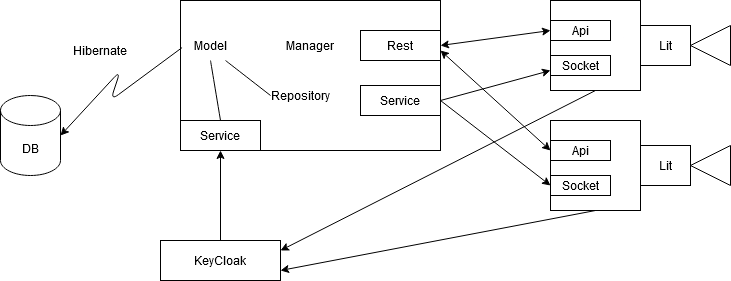
This is revealjs_referat/img/architektur.png from MattiasWolfslehner/creative-mind, a draw.io export, as it was before one commit. Source tidied: cells renumbered, new cells last; positions are measured from the earlier drawing's top-left corner, leaving out a move shared by most shapes. The source it was exported from:
```xml
<mxGraphModel>
  <root>
    <mxCell id="0" />
    <mxCell id="1" parent="0" />
    <mxCell id="2" value="&lt;div&gt;DB&lt;/div&gt;" style="shape=cylinder3;whiteSpace=wrap;html=1;boundedLbl=1;backgroundOutline=1;size=15;" parent="1" vertex="1">
      <mxGeometry y="95" width="60" height="80" as="geometry" />
    </mxCell>
    <mxCell id="3" style="rounded=0;whiteSpace=wrap;html=1;" parent="1" vertex="1">
      <mxGeometry x="180" width="260" height="150" as="geometry" />
    </mxCell>
    <mxCell id="4" value="Service" style="rounded=0;whiteSpace=wrap;html=1;" parent="1" vertex="1">
      <mxGeometry x="180" y="120" width="80" height="30" as="geometry" />
    </mxCell>
    <mxCell id="5" value="Rest" style="rounded=0;whiteSpace=wrap;html=1;" parent="1" vertex="1">
      <mxGeometry x="360" y="30" width="80" height="30" as="geometry" />
    </mxCell>
    <mxCell id="6" value="Service" style="rounded=0;whiteSpace=wrap;html=1;" parent="1" vertex="1">
      <mxGeometry x="360" y="85" width="80" height="30" as="geometry" />
    </mxCell>
    <mxCell id="7" value="Model" style="text;html=1;align=center;verticalAlign=middle;whiteSpace=wrap;rounded=0;" parent="1" vertex="1">
      <mxGeometry x="180" y="30" width="60" height="30" as="geometry" />
    </mxCell>
    <mxCell id="8" value="Manager" style="text;html=1;align=center;verticalAlign=middle;whiteSpace=wrap;rounded=0;" parent="1" vertex="1">
      <mxGeometry x="280" y="30" width="60" height="30" as="geometry" />
    </mxCell>
    <mxCell id="9" value="Repository" style="text;html=1;align=center;verticalAlign=middle;whiteSpace=wrap;rounded=0;" parent="1" vertex="1">
      <mxGeometry x="270" y="80" width="60" height="30" as="geometry" />
    </mxCell>
    <mxCell id="10" value="KeyCloak" style="rounded=0;whiteSpace=wrap;html=1;" parent="1" vertex="1">
      <mxGeometry x="160" y="240" width="120" height="40" as="geometry" />
    </mxCell>
    <mxCell id="11" style="whiteSpace=wrap;html=1;direction=south;" parent="1" vertex="1">
      <mxGeometry x="550" width="90" height="90" as="geometry" />
    </mxCell>
    <mxCell id="12" value="Socket" style="rounded=0;whiteSpace=wrap;html=1;" parent="1" vertex="1">
      <mxGeometry x="550" y="55" width="60" height="20" as="geometry" />
    </mxCell>
    <mxCell id="13" value="Api" style="rounded=0;whiteSpace=wrap;html=1;" parent="1" vertex="1">
      <mxGeometry x="550" y="20" width="60" height="20" as="geometry" />
    </mxCell>
    <mxCell id="14" value="Lit" style="rounded=0;whiteSpace=wrap;html=1;" parent="1" vertex="1">
      <mxGeometry x="640" y="25" width="50" height="40" as="geometry" />
    </mxCell>
    <mxCell id="15" style="triangle;whiteSpace=wrap;html=1;rotation=-180;" parent="1" vertex="1">
      <mxGeometry x="690" y="25" width="40" height="40" as="geometry" />
    </mxCell>
    <mxCell id="16" style="whiteSpace=wrap;html=1;direction=south;" parent="1" vertex="1">
      <mxGeometry x="550" y="120" width="90" height="90" as="geometry" />
    </mxCell>
    <mxCell id="17" value="Socket" style="rounded=0;whiteSpace=wrap;html=1;" parent="1" vertex="1">
      <mxGeometry x="550" y="175" width="60" height="20" as="geometry" />
    </mxCell>
    <mxCell id="18" value="Api" style="rounded=0;whiteSpace=wrap;html=1;" parent="1" vertex="1">
      <mxGeometry x="550" y="140" width="60" height="20" as="geometry" />
    </mxCell>
    <mxCell id="19" value="Lit" style="rounded=0;whiteSpace=wrap;html=1;" parent="1" vertex="1">
      <mxGeometry x="640" y="145" width="50" height="40" as="geometry" />
    </mxCell>
    <mxCell id="20" style="triangle;whiteSpace=wrap;html=1;rotation=-180;" parent="1" vertex="1">
      <mxGeometry x="690" y="145" width="40" height="40" as="geometry" />
    </mxCell>
    <mxCell id="21" style="curved=0;endArrow=classic;html=1;rounded=1;exitX=0.006;exitY=0.314;exitDx=0;exitDy=0;exitPerimeter=0;entryX=1;entryY=0.5;entryDx=0;entryDy=0;entryPerimeter=0;" parent="1" edge="1" source="3" target="2">
      <mxGeometry relative="1" as="geometry">
        <Array as="points">
          <mxPoint x="110" y="100" />
          <mxPoint x="120" y="70" />
        </Array>
      </mxGeometry>
    </mxCell>
    <mxCell id="22" value="Hibernate" style="text;html=1;align=center;verticalAlign=middle;whiteSpace=wrap;rounded=0;" parent="1" vertex="1">
      <mxGeometry x="70" y="35" width="60" height="30" as="geometry" />
    </mxCell>
    <mxCell id="23" style="endArrow=classic;html=1;rounded=0;exitX=0.5;exitY=0;exitDx=0;exitDy=0;entryX=0.5;entryY=1;entryDx=0;entryDy=0;" parent="1" edge="1" source="10" target="4">
      <mxGeometry relative="1" as="geometry" />
    </mxCell>
    <mxCell id="24" style="endArrow=classic;html=1;rounded=0;exitX=1;exitY=0.5;exitDx=0;exitDy=0;entryX=1;entryY=0.75;entryDx=0;entryDy=0;" parent="1" edge="1" source="16" target="10">
      <mxGeometry relative="1" as="geometry" />
    </mxCell>
    <mxCell id="25" style="endArrow=classic;html=1;rounded=0;exitX=1;exitY=0.5;exitDx=0;exitDy=0;entryX=1;entryY=0.25;entryDx=0;entryDy=0;" parent="1" edge="1" source="11" target="10">
      <mxGeometry relative="1" as="geometry" />
    </mxCell>
    <mxCell id="26" style="endArrow=none;html=1;rounded=0;curved=1;exitX=0.75;exitY=1;exitDx=0;exitDy=0;entryX=0;entryY=0.5;entryDx=0;entryDy=0;" parent="1" edge="1" source="7" target="9">
      <mxGeometry relative="1" as="geometry" />
    </mxCell>
    <mxCell id="27" style="endArrow=none;html=1;rounded=0;curved=1;exitX=0.5;exitY=1;exitDx=0;exitDy=0;entryX=0.5;entryY=0;entryDx=0;entryDy=0;" parent="1" edge="1" source="7" target="4">
      <mxGeometry relative="1" as="geometry" />
    </mxCell>
    <mxCell id="28" style="endArrow=classic;html=1;rounded=0;entryX=0;entryY=0.75;entryDx=0;entryDy=0;exitX=1;exitY=0.5;exitDx=0;exitDy=0;" parent="1" edge="1" source="6" target="12">
      <mxGeometry relative="1" as="geometry" />
    </mxCell>
    <mxCell id="29" style="endArrow=classic;html=1;rounded=0;entryX=0;entryY=0.5;entryDx=0;entryDy=0;exitX=1;exitY=0.5;exitDx=0;exitDy=0;" parent="1" edge="1" source="6" target="17">
      <mxGeometry relative="1" as="geometry" />
    </mxCell>
    <mxCell id="30" style="endArrow=classic;startArrow=classic;html=1;rounded=0;entryX=0;entryY=0.5;entryDx=0;entryDy=0;exitX=1;exitY=0.5;exitDx=0;exitDy=0;" parent="1" edge="1" source="5" target="13">
      <mxGeometry relative="1" as="geometry" />
    </mxCell>
    <mxCell id="31" style="endArrow=classic;startArrow=classic;html=1;rounded=0;" parent="1" edge="1">
      <mxGeometry relative="1" as="geometry">
        <mxPoint x="440" y="50" as="sourcePoint" />
        <mxPoint x="550" y="150" as="targetPoint" />
      </mxGeometry>
    </mxCell>
  </root>
</mxGraphModel>
```
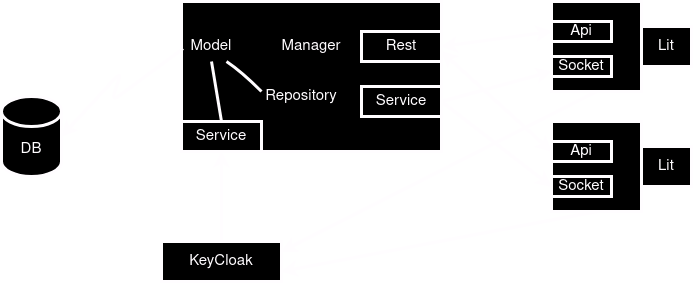
After the change.

Change to the diagram source:
```diff
@@ -2,64 +2,58 @@
   <root>
     <mxCell id="0" />
     <mxCell id="1" parent="0" />
-    <mxCell id="2" value="&lt;div&gt;DB&lt;/div&gt;" style="shape=cylinder3;whiteSpace=wrap;html=1;boundedLbl=1;backgroundOutline=1;size=15;" parent="1" vertex="1">
+    <mxCell id="2" value="&lt;div&gt;DB&lt;/div&gt;" style="shape=cylinder3;whiteSpace=wrap;html=1;boundedLbl=1;backgroundOutline=1;size=15;strokeWidth=3;fontSize=15;" parent="1" vertex="1">
       <mxGeometry y="95" width="60" height="80" as="geometry" />
     </mxCell>
-    <mxCell id="3" style="rounded=0;whiteSpace=wrap;html=1;" parent="1" vertex="1">
+    <mxCell id="3" style="rounded=0;whiteSpace=wrap;html=1;strokeWidth=3;fontSize=15;" parent="1" vertex="1">
       <mxGeometry x="180" width="260" height="150" as="geometry" />
     </mxCell>
-    <mxCell id="4" value="Service" style="rounded=0;whiteSpace=wrap;html=1;" parent="1" vertex="1">
+    <mxCell id="4" value="Service" style="rounded=0;whiteSpace=wrap;html=1;strokeWidth=3;fontSize=15;" parent="1" vertex="1">
       <mxGeometry x="180" y="120" width="80" height="30" as="geometry" />
     </mxCell>
-    <mxCell id="5" value="Rest" style="rounded=0;whiteSpace=wrap;html=1;" parent="1" vertex="1">
+    <mxCell id="5" value="Rest" style="rounded=0;whiteSpace=wrap;html=1;strokeWidth=3;fontSize=15;" parent="1" vertex="1">
       <mxGeometry x="360" y="30" width="80" height="30" as="geometry" />
     </mxCell>
-    <mxCell id="6" value="Service" style="rounded=0;whiteSpace=wrap;html=1;" parent="1" vertex="1">
+    <mxCell id="6" value="Service" style="rounded=0;whiteSpace=wrap;html=1;strokeWidth=3;fontSize=15;" parent="1" vertex="1">
       <mxGeometry x="360" y="85" width="80" height="30" as="geometry" />
     </mxCell>
-    <mxCell id="7" value="Model" style="text;html=1;align=center;verticalAlign=middle;whiteSpace=wrap;rounded=0;" parent="1" vertex="1">
+    <mxCell id="7" value="Model" style="text;html=1;align=center;verticalAlign=middle;whiteSpace=wrap;rounded=0;strokeWidth=3;fontSize=15;" parent="1" vertex="1">
       <mxGeometry x="180" y="30" width="60" height="30" as="geometry" />
     </mxCell>
-    <mxCell id="8" value="Manager" style="text;html=1;align=center;verticalAlign=middle;whiteSpace=wrap;rounded=0;" parent="1" vertex="1">
+    <mxCell id="8" value="Manager" style="text;html=1;align=center;verticalAlign=middle;whiteSpace=wrap;rounded=0;strokeWidth=3;fontSize=15;" parent="1" vertex="1">
       <mxGeometry x="280" y="30" width="60" height="30" as="geometry" />
     </mxCell>
-    <mxCell id="9" value="Repository" style="text;html=1;align=center;verticalAlign=middle;whiteSpace=wrap;rounded=0;" parent="1" vertex="1">
+    <mxCell id="9" value="Repository" style="text;html=1;align=center;verticalAlign=middle;whiteSpace=wrap;rounded=0;strokeWidth=3;fontSize=15;" parent="1" vertex="1">
       <mxGeometry x="270" y="80" width="60" height="30" as="geometry" />
     </mxCell>
-    <mxCell id="10" value="KeyCloak" style="rounded=0;whiteSpace=wrap;html=1;" parent="1" vertex="1">
+    <mxCell id="10" value="KeyCloak" style="rounded=0;whiteSpace=wrap;html=1;strokeWidth=3;fontSize=15;" parent="1" vertex="1">
       <mxGeometry x="160" y="240" width="120" height="40" as="geometry" />
     </mxCell>
-    <mxCell id="11" style="whiteSpace=wrap;html=1;direction=south;" parent="1" vertex="1">
+    <mxCell id="11" style="whiteSpace=wrap;html=1;direction=south;strokeWidth=3;fontSize=15;" parent="1" vertex="1">
       <mxGeometry x="550" width="90" height="90" as="geometry" />
     </mxCell>
-    <mxCell id="12" value="Socket" style="rounded=0;whiteSpace=wrap;html=1;" parent="1" vertex="1">
+    <mxCell id="12" value="Socket" style="rounded=0;whiteSpace=wrap;html=1;strokeWidth=3;fontSize=15;" parent="1" vertex="1">
       <mxGeometry x="550" y="55" width="60" height="20" as="geometry" />
     </mxCell>
-    <mxCell id="13" value="Api" style="rounded=0;whiteSpace=wrap;html=1;" parent="1" vertex="1">
+    <mxCell id="13" value="Api" style="rounded=0;whiteSpace=wrap;html=1;strokeWidth=3;fontSize=15;" parent="1" vertex="1">
       <mxGeometry x="550" y="20" width="60" height="20" as="geometry" />
     </mxCell>
-    <mxCell id="14" value="Lit" style="rounded=0;whiteSpace=wrap;html=1;" parent="1" vertex="1">
+    <mxCell id="14" value="Lit" style="rounded=0;whiteSpace=wrap;html=1;strokeWidth=3;fontSize=15;" parent="1" vertex="1">
       <mxGeometry x="640" y="25" width="50" height="40" as="geometry" />
     </mxCell>
-    <mxCell id="15" style="triangle;whiteSpace=wrap;html=1;rotation=-180;" parent="1" vertex="1">
-      <mxGeometry x="690" y="25" width="40" height="40" as="geometry" />
-    </mxCell>
-    <mxCell id="16" style="whiteSpace=wrap;html=1;direction=south;" parent="1" vertex="1">
+    <mxCell id="16" style="whiteSpace=wrap;html=1;direction=south;strokeWidth=3;fontSize=15;" parent="1" vertex="1">
       <mxGeometry x="550" y="120" width="90" height="90" as="geometry" />
     </mxCell>
-    <mxCell id="17" value="Socket" style="rounded=0;whiteSpace=wrap;html=1;" parent="1" vertex="1">
+    <mxCell id="17" value="Socket" style="rounded=0;whiteSpace=wrap;html=1;strokeWidth=3;fontSize=15;" parent="1" vertex="1">
       <mxGeometry x="550" y="175" width="60" height="20" as="geometry" />
     </mxCell>
-    <mxCell id="18" value="Api" style="rounded=0;whiteSpace=wrap;html=1;" parent="1" vertex="1">
+    <mxCell id="18" value="Api" style="rounded=0;whiteSpace=wrap;html=1;strokeWidth=3;fontSize=15;" parent="1" vertex="1">
       <mxGeometry x="550" y="140" width="60" height="20" as="geometry" />
     </mxCell>
-    <mxCell id="19" value="Lit" style="rounded=0;whiteSpace=wrap;html=1;" parent="1" vertex="1">
+    <mxCell id="19" value="Lit" style="rounded=0;whiteSpace=wrap;html=1;strokeWidth=3;fontSize=15;" parent="1" vertex="1">
       <mxGeometry x="640" y="145" width="50" height="40" as="geometry" />
     </mxCell>
-    <mxCell id="20" style="triangle;whiteSpace=wrap;html=1;rotation=-180;" parent="1" vertex="1">
-      <mxGeometry x="690" y="145" width="40" height="40" as="geometry" />
-    </mxCell>
-    <mxCell id="21" style="curved=0;endArrow=classic;html=1;rounded=1;exitX=0.006;exitY=0.314;exitDx=0;exitDy=0;exitPerimeter=0;entryX=1;entryY=0.5;entryDx=0;entryDy=0;entryPerimeter=0;" parent="1" edge="1" source="3" target="2">
+    <mxCell id="21" style="curved=0;endArrow=classic;html=1;rounded=1;exitX=0.006;exitY=0.314;exitDx=0;exitDy=0;exitPerimeter=0;entryX=1;entryY=0.5;entryDx=0;entryDy=0;entryPerimeter=0;strokeWidth=3;fontSize=15;" parent="1" edge="1" source="3" target="2">
       <mxGeometry relative="1" as="geometry">
         <Array as="points">
           <mxPoint x="110" y="100" />
@@ -67,34 +61,36 @@
         </Array>
       </mxGeometry>
     </mxCell>
-    <mxCell id="22" value="Hibernate" style="text;html=1;align=center;verticalAlign=middle;whiteSpace=wrap;rounded=0;" parent="1" vertex="1">
-      <mxGeometry x="70" y="35" width="60" height="30" as="geometry" />
-    </mxCell>
-    <mxCell id="23" style="endArrow=classic;html=1;rounded=0;exitX=0.5;exitY=0;exitDx=0;exitDy=0;entryX=0.5;entryY=1;entryDx=0;entryDy=0;" parent="1" edge="1" source="10" target="4">
+    <mxCell id="23" style="endArrow=classic;html=1;rounded=0;exitX=0.5;exitY=0;exitDx=0;exitDy=0;entryX=0.5;entryY=1;entryDx=0;entryDy=0;strokeWidth=3;fontSize=15;" parent="1" edge="1" source="10" target="4">
       <mxGeometry relative="1" as="geometry" />
     </mxCell>
-    <mxCell id="24" style="endArrow=classic;html=1;rounded=0;exitX=1;exitY=0.5;exitDx=0;exitDy=0;entryX=1;entryY=0.75;entryDx=0;entryDy=0;" parent="1" edge="1" source="16" target="10">
+    <mxCell id="24" style="endArrow=classic;html=1;rounded=0;exitX=1;exitY=0.5;exitDx=0;exitDy=0;entryX=1;entryY=0.75;entryDx=0;entryDy=0;strokeWidth=3;fontSize=15;" parent="1" edge="1" source="16" target="10">
       <mxGeometry relative="1" as="geometry" />
     </mxCell>
-    <mxCell id="25" style="endArrow=classic;html=1;rounded=0;exitX=1;exitY=0.5;exitDx=0;exitDy=0;entryX=1;entryY=0.25;entryDx=0;entryDy=0;" parent="1" edge="1" source="11" target="10">
+    <mxCell id="25" style="endArrow=classic;html=1;rounded=0;exitX=1;exitY=0.5;exitDx=0;exitDy=0;entryX=1;entryY=0.25;entryDx=0;entryDy=0;strokeWidth=3;fontSize=15;" parent="1" edge="1" source="11" target="10">
       <mxGeometry relative="1" as="geometry" />
     </mxCell>
-    <mxCell id="26" style="endArrow=none;html=1;rounded=0;curved=1;exitX=0.75;exitY=1;exitDx=0;exitDy=0;entryX=0;entryY=0.5;entryDx=0;entryDy=0;" parent="1" edge="1" source="7" target="9">
-      <mxGeometry relative="1" as="geometry" />
+    <mxCell id="26" style="endArrow=none;html=1;rounded=0;curved=1;exitX=0.75;exitY=1;exitDx=0;exitDy=0;strokeWidth=3;fontSize=15;" parent="1" edge="1" source="7">
+      <mxGeometry relative="1" as="geometry">
+        <mxPoint x="260" y="90" as="targetPoint" />
+        <Array as="points">
+          <mxPoint x="240" y="70" />
+        </Array>
+      </mxGeometry>
     </mxCell>
-    <mxCell id="27" style="endArrow=none;html=1;rounded=0;curved=1;exitX=0.5;exitY=1;exitDx=0;exitDy=0;entryX=0.5;entryY=0;entryDx=0;entryDy=0;" parent="1" edge="1" source="7" target="4">
+    <mxCell id="27" style="endArrow=none;html=1;rounded=0;curved=1;exitX=0.5;exitY=1;exitDx=0;exitDy=0;entryX=0.5;entryY=0;entryDx=0;entryDy=0;strokeWidth=3;fontSize=15;" parent="1" edge="1" source="7" target="4">
       <mxGeometry relative="1" as="geometry" />
     </mxCell>
-    <mxCell id="28" style="endArrow=classic;html=1;rounded=0;entryX=0;entryY=0.75;entryDx=0;entryDy=0;exitX=1;exitY=0.5;exitDx=0;exitDy=0;" parent="1" edge="1" source="6" target="12">
+    <mxCell id="28" style="endArrow=classic;html=1;rounded=0;entryX=0;entryY=0.75;entryDx=0;entryDy=0;exitX=1;exitY=0.5;exitDx=0;exitDy=0;strokeWidth=3;fontSize=15;" parent="1" edge="1" source="6" target="12">
       <mxGeometry relative="1" as="geometry" />
     </mxCell>
-    <mxCell id="29" style="endArrow=classic;html=1;rounded=0;entryX=0;entryY=0.5;entryDx=0;entryDy=0;exitX=1;exitY=0.5;exitDx=0;exitDy=0;" parent="1" edge="1" source="6" target="17">
+    <mxCell id="29" style="endArrow=classic;html=1;rounded=0;entryX=0;entryY=0.5;entryDx=0;entryDy=0;exitX=1;exitY=0.5;exitDx=0;exitDy=0;strokeWidth=3;fontSize=15;" parent="1" edge="1" source="6" target="17">
       <mxGeometry relative="1" as="geometry" />
     </mxCell>
-    <mxCell id="30" style="endArrow=classic;startArrow=classic;html=1;rounded=0;entryX=0;entryY=0.5;entryDx=0;entryDy=0;exitX=1;exitY=0.5;exitDx=0;exitDy=0;" parent="1" edge="1" source="5" target="13">
+    <mxCell id="30" style="endArrow=classic;startArrow=classic;html=1;rounded=0;entryX=0;entryY=0.5;entryDx=0;entryDy=0;exitX=1;exitY=0.5;exitDx=0;exitDy=0;strokeWidth=3;fontSize=15;" parent="1" edge="1" source="5" target="13">
       <mxGeometry relative="1" as="geometry" />
     </mxCell>
-    <mxCell id="31" style="endArrow=classic;startArrow=classic;html=1;rounded=0;" parent="1" edge="1">
+    <mxCell id="31" style="endArrow=classic;startArrow=classic;html=1;rounded=0;strokeWidth=3;fontSize=15;" parent="1" edge="1">
       <mxGeometry relative="1" as="geometry">
         <mxPoint x="440" y="50" as="sourcePoint" />
         <mxPoint x="550" y="150" as="targetPoint" />
```
